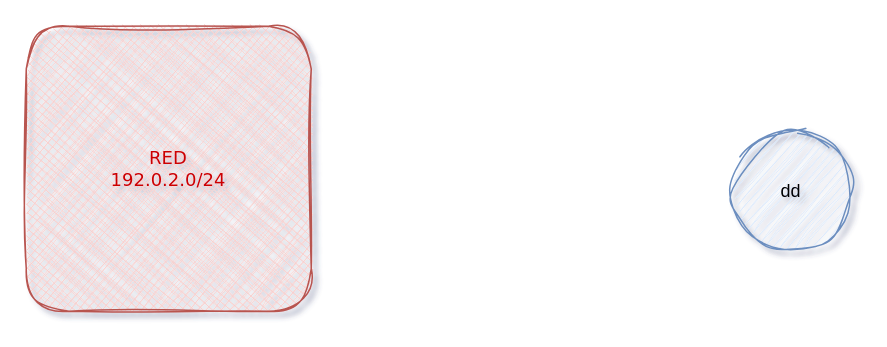
openshift-examples/web keeps this draw.io diagram as content/networking/udn/overview.drawio. Above is the earlier version. Source tidied: cells renumbered, new cells numbered last; positions are measured from the earlier drawing's top-left corner, leaving out a move shared by most shapes. Both pictures are drawn from the tidied source at 150%, with x=0, y=0 at pixel (26, 26).
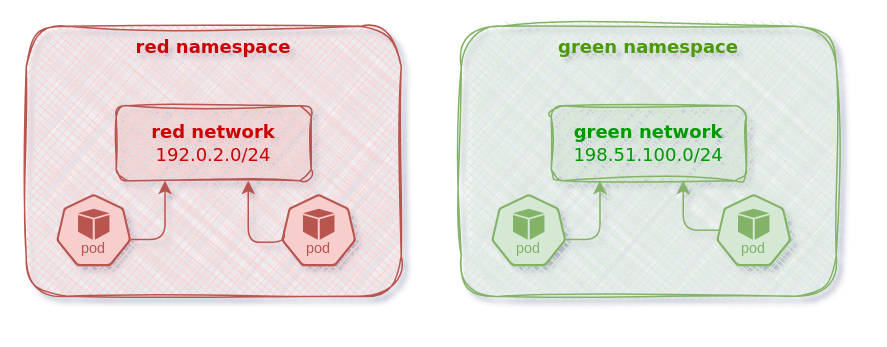
The same diagram, later.

Commit message (it also covers changes not shown here):
update index & overview

The edit, as a diff of the source:
```diff
@@
 <mxGraphModel shadow="1">
   <root>
     <mxCell id="0" />
     <mxCell id="1" parent="0" />
-    <mxCell id="2" value="dd" style="ellipse;whiteSpace=wrap;html=1;sketch=1;curveFitting=1;jiggle=2;fillColor=#dae8fc;strokeColor=#6c8ebf;" parent="1" vertex="1">
-      <mxGeometry x="470" y="70" width="80" height="80" as="geometry" />
-    </mxCell>
-    <mxCell id="3" value="RED&lt;div&gt;192.0.2.0/24&lt;/div&gt;" style="rounded=1;whiteSpace=wrap;html=1;fillColor=#f8cecc;strokeColor=#b85450;sketch=1;curveFitting=1;jiggle=2;fillStyle=cross-hatch;fontFamily=Verdana;fontColor=#CC0000;" parent="1" vertex="1">
-      <mxGeometry width="190" height="190" as="geometry" />
+    <mxCell id="3" value="&lt;div&gt;red namespace&lt;/div&gt;&lt;div&gt;&lt;br&gt;&lt;/div&gt;" style="rounded=1;whiteSpace=wrap;html=1;fillColor=#f8cecc;strokeColor=#b85450;sketch=1;curveFitting=1;jiggle=2;fillStyle=cross-hatch;fontFamily=Verdana;fontColor=#CC0000;verticalAlign=top;fontStyle=1;" parent="1" vertex="1">
+      <mxGeometry width="250" height="180" as="geometry" />
     </mxCell>
+    <mxCell id="4" value="&lt;div&gt;red network&lt;/div&gt;&lt;div&gt;&lt;span style=&quot;font-weight: normal;&quot;&gt;192.0.2.0/24&lt;/span&gt;&lt;/div&gt;" style="rounded=1;whiteSpace=wrap;html=1;fillColor=#f8cecc;strokeColor=#b85450;sketch=1;curveFitting=1;jiggle=2;fillStyle=cross-hatch;fontFamily=Verdana;fontColor=#CC0000;verticalAlign=middle;fontStyle=1;" parent="1" vertex="1">
+      <mxGeometry x="60" y="53" width="130" height="50" as="geometry" />
+    </mxCell>
+    <mxCell id="5" style="edgeStyle=orthogonalEdgeStyle;rounded=1;jettySize=auto;html=1;exitX=0.995;exitY=0.63;exitDx=0;exitDy=0;exitPerimeter=0;entryX=0.25;entryY=1;entryDx=0;entryDy=0;fillColor=#f8cecc;strokeColor=#b85450;curved=0;" parent="1" edge="1" source="6" target="4">
+      <mxGeometry relative="1" as="geometry" />
+    </mxCell>
+    <mxCell id="6" style="sketch=0;html=1;dashed=0;whitespace=wrap;verticalLabelPosition=bottom;verticalAlign=top;fillColor=#f8cecc;strokeColor=#b85450;points=[[0.005,0.63,0],[0.1,0.2,0],[0.9,0.2,0],[0.5,0,0],[0.995,0.63,0],[0.72,0.99,0],[0.5,1,0],[0.28,0.99,0]];shape=mxgraph.kubernetes.icon2;kubernetesLabel=1;prIcon=pod;" parent="1" vertex="1">
+      <mxGeometry x="20" y="112" width="50" height="48" as="geometry" />
+    </mxCell>
+    <mxCell id="7" style="sketch=0;html=1;dashed=0;whitespace=wrap;verticalLabelPosition=bottom;verticalAlign=top;fillColor=#f8cecc;strokeColor=#b85450;points=[[0.005,0.63,0],[0.1,0.2,0],[0.9,0.2,0],[0.5,0,0],[0.995,0.63,0],[0.72,0.99,0],[0.5,1,0],[0.28,0.99,0]];shape=mxgraph.kubernetes.icon2;kubernetesLabel=1;prIcon=pod;" parent="1" vertex="1">
+      <mxGeometry x="170" y="112" width="50" height="48" as="geometry" />
+    </mxCell>
+    <mxCell id="8" style="edgeStyle=orthogonalEdgeStyle;rounded=1;jettySize=auto;html=1;entryX=0.677;entryY=1;entryDx=0;entryDy=0;fillColor=#f8cecc;strokeColor=#b85450;curved=0;entryPerimeter=0;exitX=0.04;exitY=0.5;exitDx=0;exitDy=0;exitPerimeter=0;" parent="1" edge="1" source="7" target="4">
+      <mxGeometry relative="1" as="geometry">
+        <Array as="points">
+          <mxPoint x="148" y="144" />
+        </Array>
+      </mxGeometry>
+    </mxCell>
+    <mxCell id="9" value="&lt;div&gt;&lt;font color=&quot;#4d9900&quot;&gt;green namespace&lt;/font&gt;&lt;/div&gt;&lt;div&gt;&lt;br&gt;&lt;/div&gt;" style="rounded=1;whiteSpace=wrap;html=1;fillColor=#d5e8d4;strokeColor=#82b366;sketch=1;curveFitting=1;jiggle=2;fillStyle=cross-hatch;fontFamily=Verdana;verticalAlign=top;fontStyle=1;" parent="1" vertex="1">
+      <mxGeometry x="290" width="250" height="180" as="geometry" />
+    </mxCell>
+    <mxCell id="10" value="&lt;div&gt;&lt;font style=&quot;color: rgb(0, 153, 0);&quot;&gt;green network&lt;/font&gt;&lt;/div&gt;&lt;div&gt;&lt;font color=&quot;#009900&quot;&gt;&lt;span style=&quot;font-weight: normal;&quot;&gt;198.51.100.0/24&lt;/span&gt;&lt;/font&gt;&lt;/div&gt;" style="rounded=1;whiteSpace=wrap;html=1;fillColor=#d5e8d4;strokeColor=#82b366;sketch=1;curveFitting=1;jiggle=2;fillStyle=cross-hatch;fontFamily=Verdana;verticalAlign=middle;fontStyle=1;" parent="1" vertex="1">
+      <mxGeometry x="350" y="53" width="130" height="50" as="geometry" />
+    </mxCell>
+    <mxCell id="11" style="edgeStyle=orthogonalEdgeStyle;rounded=1;jettySize=auto;html=1;exitX=0.995;exitY=0.63;exitDx=0;exitDy=0;exitPerimeter=0;entryX=0.25;entryY=1;entryDx=0;entryDy=0;fillColor=#d5e8d4;strokeColor=#82b366;curved=0;" parent="1" edge="1" source="12" target="10">
+      <mxGeometry relative="1" as="geometry" />
+    </mxCell>
+    <mxCell id="12" style="sketch=0;html=1;dashed=0;whitespace=wrap;verticalLabelPosition=bottom;verticalAlign=top;fillColor=#d5e8d4;strokeColor=#82b366;points=[[0.005,0.63,0],[0.1,0.2,0],[0.9,0.2,0],[0.5,0,0],[0.995,0.63,0],[0.72,0.99,0],[0.5,1,0],[0.28,0.99,0]];shape=mxgraph.kubernetes.icon2;kubernetesLabel=1;prIcon=pod;" parent="1" vertex="1">
+      <mxGeometry x="310" y="112" width="50" height="48" as="geometry" />
+    </mxCell>
+    <mxCell id="13" style="sketch=0;html=1;dashed=0;whitespace=wrap;verticalLabelPosition=bottom;verticalAlign=top;fillColor=#d5e8d4;strokeColor=#82b366;points=[[0.005,0.63,0],[0.1,0.2,0],[0.9,0.2,0],[0.5,0,0],[0.995,0.63,0],[0.72,0.99,0],[0.5,1,0],[0.28,0.99,0]];shape=mxgraph.kubernetes.icon2;kubernetesLabel=1;prIcon=pod;" parent="1" vertex="1">
+      <mxGeometry x="460" y="112" width="50" height="48" as="geometry" />
+    </mxCell>
+    <mxCell id="14" style="edgeStyle=orthogonalEdgeStyle;rounded=1;jettySize=auto;html=1;entryX=0.677;entryY=1;entryDx=0;entryDy=0;fillColor=#d5e8d4;strokeColor=#82b366;curved=0;entryPerimeter=0;exitX=0.04;exitY=0.5;exitDx=0;exitDy=0;exitPerimeter=0;" parent="1" edge="1" source="13" target="10">
+      <mxGeometry relative="1" as="geometry">
+        <Array as="points">
+          <mxPoint x="438" y="136" />
+        </Array>
+      </mxGeometry>
+    </mxCell>
   </root>
 </mxGraphModel>
```
